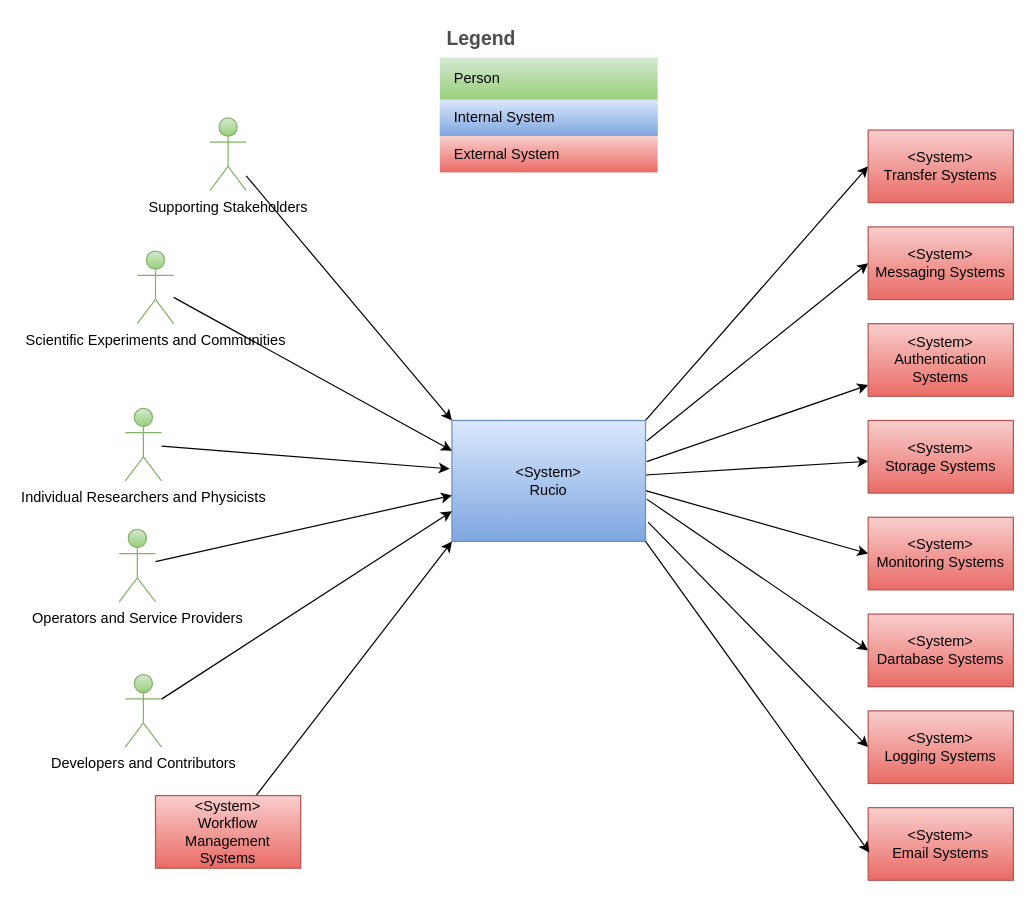
Before: diagrams/Context View.drawio in mgajek-cern/architecture-docs, a draw.io diagram. Source tidied: cells renumbered, new cells numbered last; positions are measured from the earlier drawing's top-left corner, leaving out a move shared by most shapes. Both pictures are drawn from the tidied source at 121%, with x=0, y=0 at pixel (119, 21).
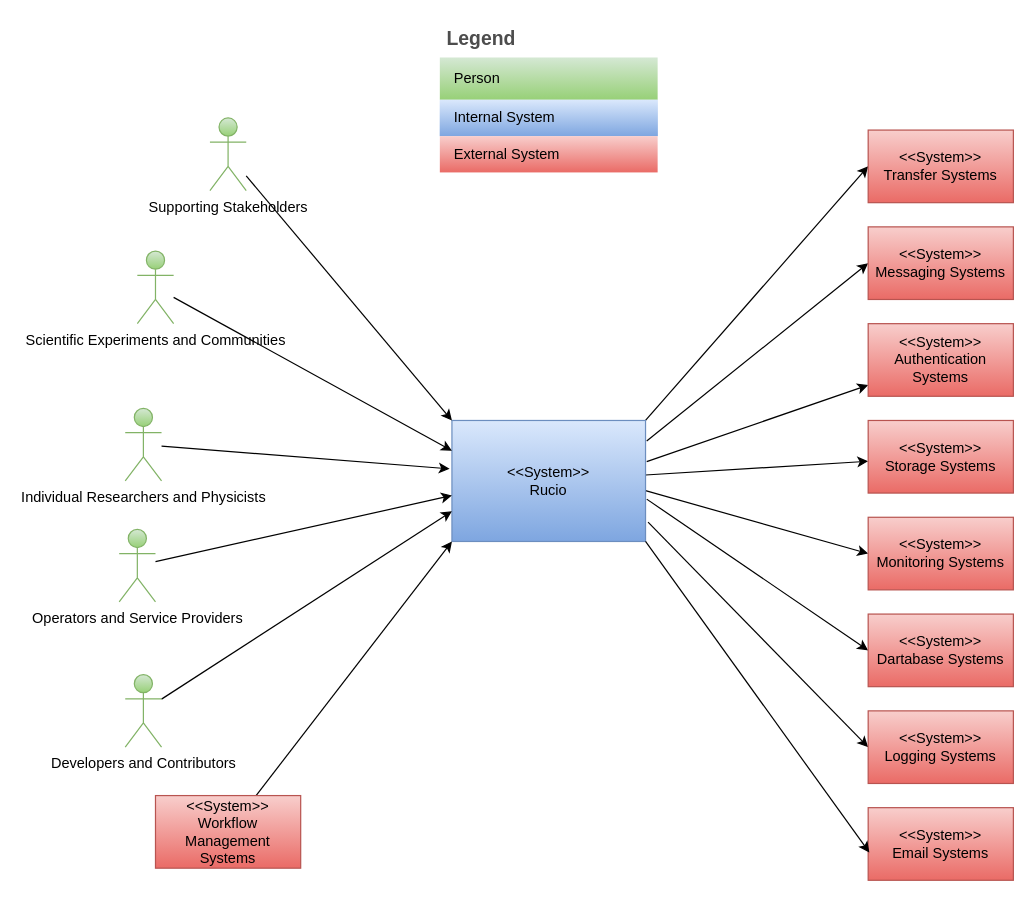
The same page after the edit.

Commit message (it also covers changes not shown here):
fix: conform to UML standards using double angle brackets

The edit, as a diff of the source:
```diff
@@
-    <mxCell id="9" value="&amp;lt;System&amp;gt;&lt;br&gt;Rucio" style="rounded=0;whiteSpace=wrap;html=1;fillColor=#dae8fc;gradientColor=#7ea6e0;strokeColor=#6c8ebf;" parent="1" vertex="1">
+    <mxCell id="9" value="&amp;lt;&amp;lt;System&amp;gt;&amp;gt;&lt;br&gt;Rucio" style="rounded=0;whiteSpace=wrap;html=1;fillColor=#dae8fc;gradientColor=#7ea6e0;strokeColor=#6c8ebf;" parent="1" vertex="1">
       <mxGeometry x="275" y="330" width="160" height="100" as="geometry" />
     </mxCell>
-    <mxCell id="10" value="&lt;span style=&quot;color: rgb(0, 0, 0);&quot;&gt;&amp;lt;System&amp;gt;&lt;/span&gt;&lt;br&gt;Authentication Systems" style="rounded=0;whiteSpace=wrap;html=1;fillColor=#f8cecc;gradientColor=#ea6b66;strokeColor=#b85450;" parent="1" vertex="1">
+    <mxCell id="10" value="&lt;span style=&quot;color: rgb(0, 0, 0);&quot;&gt;&amp;lt;&amp;lt;System&amp;gt;&amp;gt;&lt;/span&gt;&lt;br&gt;Authentication Systems" style="rounded=0;whiteSpace=wrap;html=1;fillColor=#f8cecc;gradientColor=#ea6b66;strokeColor=#b85450;" parent="1" vertex="1">
       <mxGeometry x="619" y="250" width="120" height="60" as="geometry" />
     </mxCell>
-    <mxCell id="11" value="&lt;span style=&quot;color: rgb(0, 0, 0);&quot;&gt;&amp;lt;System&amp;gt;&lt;/span&gt;&lt;br&gt;Storage Systems" style="rounded=0;whiteSpace=wrap;html=1;fillColor=#f8cecc;gradientColor=#ea6b66;strokeColor=#b85450;" parent="1" vertex="1">
+    <mxCell id="11" value="&lt;span style=&quot;color: rgb(0, 0, 0);&quot;&gt;&amp;lt;&amp;lt;System&amp;gt;&amp;gt;&lt;/span&gt;&lt;br&gt;Storage Systems" style="rounded=0;whiteSpace=wrap;html=1;fillColor=#f8cecc;gradientColor=#ea6b66;strokeColor=#b85450;" parent="1" vertex="1">
       <mxGeometry x="619" y="330" width="120" height="60" as="geometry" />
     </mxCell>
-    <mxCell id="12" value="&lt;span style=&quot;color: rgb(0, 0, 0);&quot;&gt;&amp;lt;System&amp;gt;&lt;/span&gt;&lt;br&gt;Monitoring Systems" style="rounded=0;whiteSpace=wrap;html=1;fillColor=#f8cecc;gradientColor=#ea6b66;strokeColor=#b85450;" parent="1" vertex="1">
+    <mxCell id="12" value="&lt;span style=&quot;color: rgb(0, 0, 0);&quot;&gt;&amp;lt;&amp;lt;System&amp;gt;&amp;gt;&lt;/span&gt;&lt;br&gt;Monitoring Systems" style="rounded=0;whiteSpace=wrap;html=1;fillColor=#f8cecc;gradientColor=#ea6b66;strokeColor=#b85450;" parent="1" vertex="1">
       <mxGeometry x="619" y="410" width="120" height="60" as="geometry" />
     </mxCell>
-    <mxCell id="13" value="&amp;lt;System&amp;gt;&lt;br&gt;Messaging Systems" style="rounded=0;whiteSpace=wrap;html=1;fillColor=#f8cecc;gradientColor=#ea6b66;strokeColor=#b85450;" parent="1" vertex="1">
+    <mxCell id="13" value="&lt;span style=&quot;color: rgb(0, 0, 0);&quot;&gt;&amp;lt;&amp;lt;System&amp;gt;&amp;gt;&lt;/span&gt;&lt;br&gt;Messaging Systems" style="rounded=0;whiteSpace=wrap;html=1;fillColor=#f8cecc;gradientColor=#ea6b66;strokeColor=#b85450;" parent="1" vertex="1">
       <mxGeometry x="619" y="170" width="120" height="60" as="geometry" />
     </mxCell>
@@
-    <mxCell id="31" value="&lt;span style=&quot;color: rgb(0, 0, 0);&quot;&gt;&amp;lt;System&amp;gt;&lt;/span&gt;&lt;br&gt;Dartabase Systems" style="rounded=0;whiteSpace=wrap;html=1;fillColor=#f8cecc;gradientColor=#ea6b66;strokeColor=#b85450;" parent="1" vertex="1">
+    <mxCell id="31" value="&lt;span style=&quot;color: rgb(0, 0, 0);&quot;&gt;&amp;lt;&amp;lt;System&amp;gt;&amp;gt;&lt;/span&gt;&lt;br&gt;Dartabase Systems" style="rounded=0;whiteSpace=wrap;html=1;fillColor=#f8cecc;gradientColor=#ea6b66;strokeColor=#b85450;" parent="1" vertex="1">
       <mxGeometry x="619" y="490" width="120" height="60" as="geometry" />
     </mxCell>
-    <mxCell id="32" value="&lt;span style=&quot;color: rgb(0, 0, 0);&quot;&gt;&amp;lt;System&amp;gt;&lt;/span&gt;&lt;br&gt;Transfer Systems" style="rounded=0;whiteSpace=wrap;html=1;fillColor=#f8cecc;gradientColor=#ea6b66;strokeColor=#b85450;" parent="1" vertex="1">
+    <mxCell id="32" value="&lt;span style=&quot;color: rgb(0, 0, 0);&quot;&gt;&amp;lt;&amp;lt;System&amp;gt;&amp;gt;&lt;/span&gt;&lt;br&gt;Transfer Systems" style="rounded=0;whiteSpace=wrap;html=1;fillColor=#f8cecc;gradientColor=#ea6b66;strokeColor=#b85450;" parent="1" vertex="1">
       <mxGeometry x="619" y="90" width="120" height="60" as="geometry" />
     </mxCell>
-    <mxCell id="33" value="&lt;span style=&quot;color: rgb(0, 0, 0);&quot;&gt;&amp;lt;System&amp;gt;&lt;/span&gt;&lt;br&gt;&lt;span style=&quot;color: rgb(0, 0, 0);&quot;&gt;Logging Systems&lt;/span&gt;" style="rounded=0;whiteSpace=wrap;html=1;fillColor=#f8cecc;gradientColor=#ea6b66;strokeColor=#b85450;" parent="1" vertex="1">
+    <mxCell id="33" value="&lt;span style=&quot;color: rgb(0, 0, 0);&quot;&gt;&amp;lt;&amp;lt;System&amp;gt;&amp;gt;&lt;/span&gt;&lt;br&gt;&lt;span style=&quot;color: rgb(0, 0, 0);&quot;&gt;Logging Systems&lt;/span&gt;" style="rounded=0;whiteSpace=wrap;html=1;fillColor=#f8cecc;gradientColor=#ea6b66;strokeColor=#b85450;" parent="1" vertex="1">
       <mxGeometry x="619" y="570" width="120" height="60" as="geometry" />
     </mxCell>
-    <mxCell id="34" value="&lt;span style=&quot;color: rgb(0, 0, 0);&quot;&gt;&amp;lt;System&amp;gt;&lt;/span&gt;&lt;br&gt;&lt;span style=&quot;color: rgb(0, 0, 0);&quot;&gt;Email Systems&lt;/span&gt;" style="rounded=0;whiteSpace=wrap;html=1;fillColor=#f8cecc;gradientColor=#ea6b66;strokeColor=#b85450;" parent="1" vertex="1">
+    <mxCell id="34" value="&lt;span style=&quot;color: rgb(0, 0, 0);&quot;&gt;&amp;lt;&amp;lt;System&amp;gt;&amp;gt;&lt;/span&gt;&lt;br&gt;&lt;span style=&quot;color: rgb(0, 0, 0);&quot;&gt;Email Systems&lt;/span&gt;" style="rounded=0;whiteSpace=wrap;html=1;fillColor=#f8cecc;gradientColor=#ea6b66;strokeColor=#b85450;" parent="1" vertex="1">
       <mxGeometry x="619" y="650" width="120" height="60" as="geometry" />
     </mxCell>
@@
-    <mxCell id="37" value="&lt;span style=&quot;color: rgb(0, 0, 0);&quot;&gt;&amp;lt;System&amp;gt;&lt;/span&gt;&lt;br&gt;Workflow Management Systems" style="rounded=0;whiteSpace=wrap;html=1;fillColor=#f8cecc;gradientColor=#ea6b66;strokeColor=#b85450;" parent="1" vertex="1">
+    <mxCell id="37" value="&lt;span style=&quot;color: rgb(0, 0, 0);&quot;&gt;&amp;lt;&amp;lt;System&amp;gt;&amp;gt;&lt;/span&gt;&lt;br&gt;Workflow Management Systems" style="rounded=0;whiteSpace=wrap;html=1;fillColor=#f8cecc;gradientColor=#ea6b66;strokeColor=#b85450;" parent="1" vertex="1">
       <mxGeometry x="30" y="640" width="120" height="60" as="geometry" />
     </mxCell>
```
